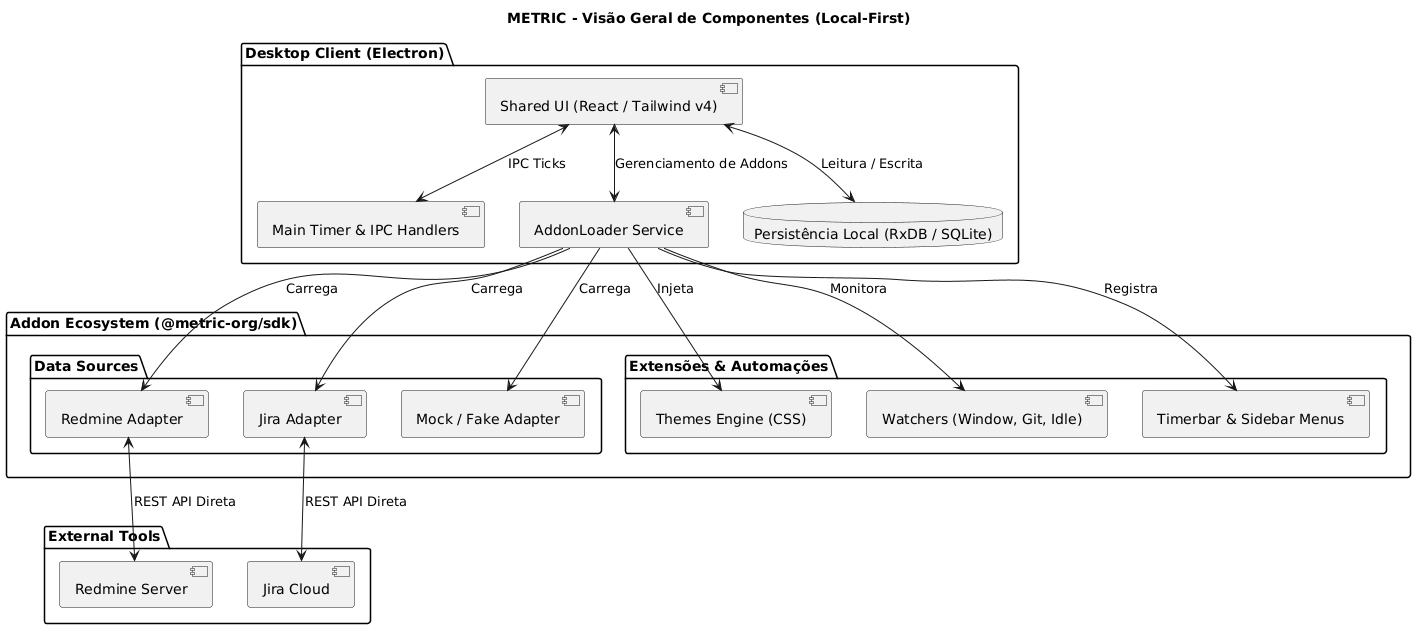
This is docs/srs/diagrams/puml-images/uml/diagram-uml-004-component-overview.png from Gustavohps10/mr-tick, a PlantUML export, as it was before one commit. Its diagram source:
```plantuml
@startuml
title METRIC - Visão Geral de Componentes (Local-First)

package "Desktop Client (Electron)" {
    [Shared UI (React / Tailwind v4)] as SharedUI
    [Main Timer & IPC Handlers] as MainTimer
    [AddonLoader Service] as AddonLoader
    database "Persistência Local (RxDB / SQLite)" as LocalDB
}

package "Addon Ecosystem (@metric-org/sdk)" {
    package "Data Sources" {
        [Redmine Adapter] as Redmine
        [Jira Adapter] as Jira
        [Mock / Fake Adapter] as MockDS
    }
    package "Extensões & Automações" {
        [Themes Engine (CSS)] as Themes
        [Watchers (Window, Git, Idle)] as Watchers
        [Timerbar & Sidebar Menus] as Menus
    }
}

package "External Tools" {
    [Redmine Server] as ExtRedmine
    [Jira Cloud] as ExtJira
}

SharedUI <--> MainTimer : IPC Ticks
SharedUI <--> LocalDB : Leitura / Escrita
SharedUI <--> AddonLoader : Gerenciamento de Addons

AddonLoader --> Redmine : Carrega
AddonLoader --> Jira : Carrega
AddonLoader --> MockDS : Carrega
AddonLoader --> Themes : Injeta
AddonLoader --> Watchers : Monitora
AddonLoader --> Menus : Registra

Redmine <--> ExtRedmine : REST API Direta
Jira <--> ExtJira : REST API Direta
@enduml
```
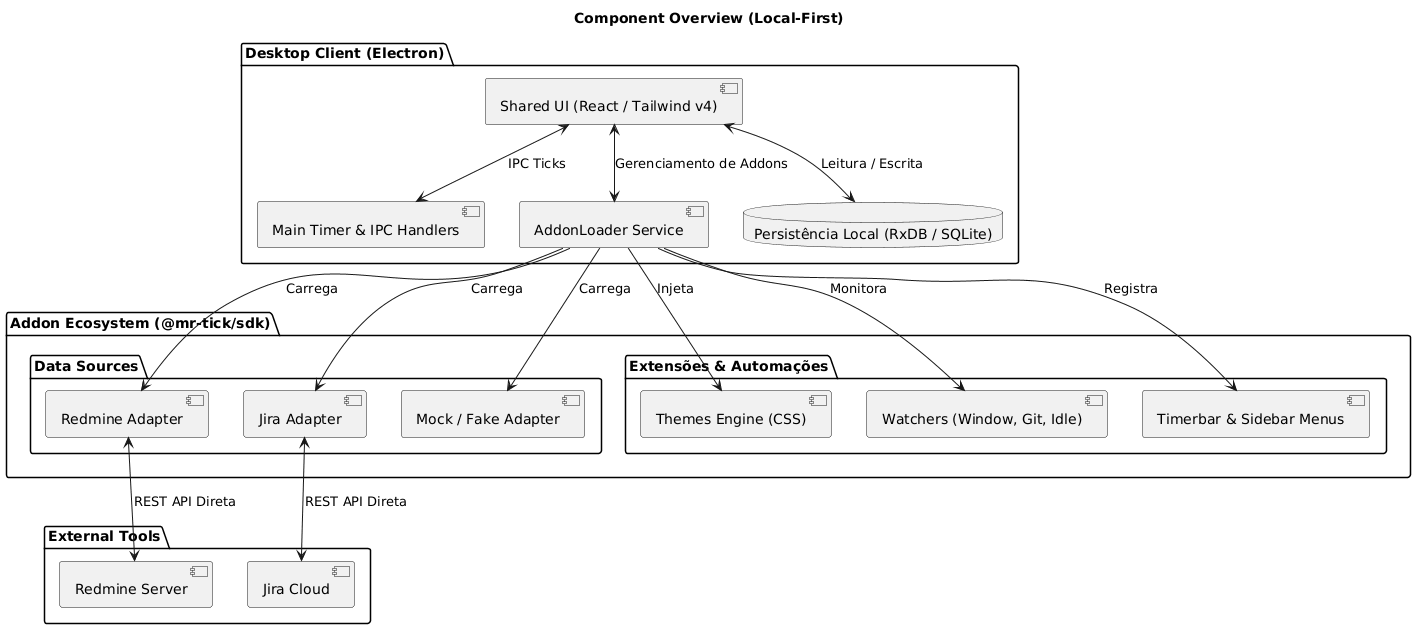
After the commit.

Diff of the diagram source:
```diff
@@ -1,5 +1,5 @@
 @startuml
-title METRIC - Visão Geral de Componentes (Local-First)
+title Component Overview (Local-First)
 
 package "Desktop Client (Electron)" {
     [Shared UI (React / Tailwind v4)] as SharedUI
@@ -8,7 +8,7 @@
     database "Persistência Local (RxDB / SQLite)" as LocalDB
 }
 
-package "Addon Ecosystem (@metric-org/sdk)" {
+package "Addon Ecosystem (@mr-tick/sdk)" {
     package "Data Sources" {
         [Redmine Adapter] as Redmine
         [Jira Adapter] as Jira
```
